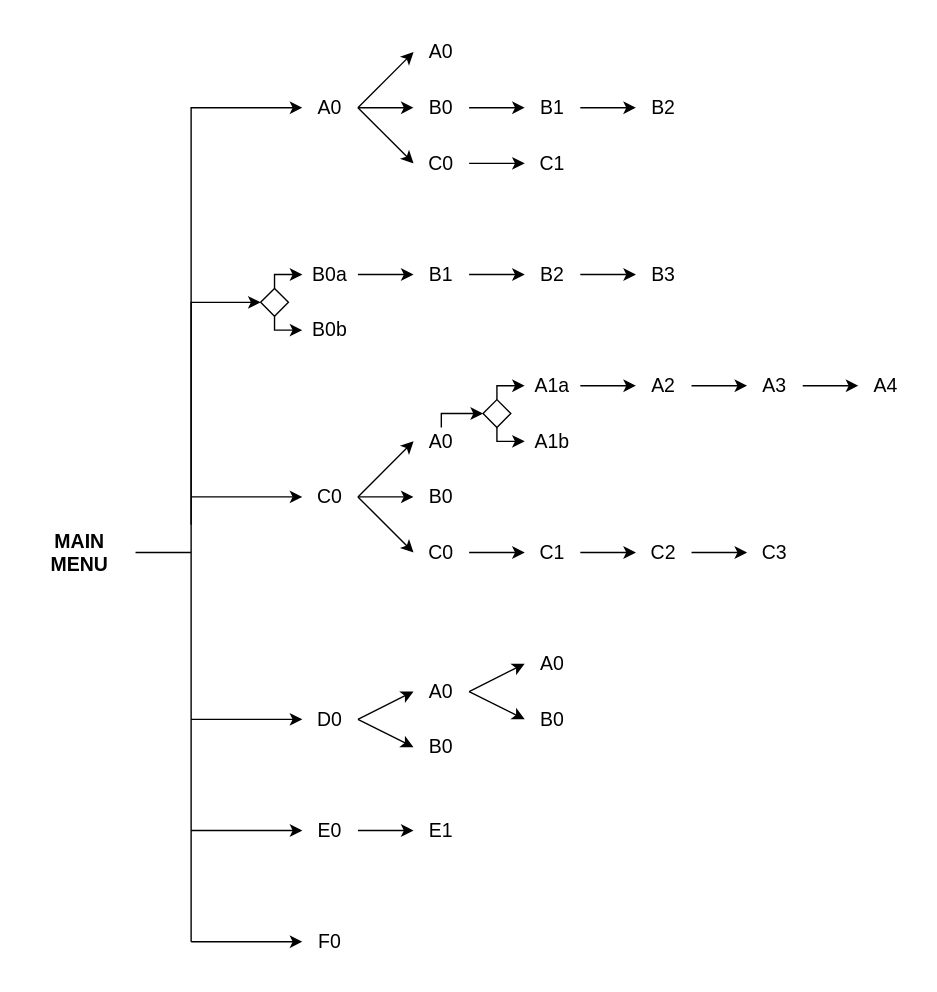
Before: Esquemas/draw/arbolSIMPLE.drawio in BrunoEdPerezS/sopaMENU, a draw.io diagram. Source tidied: cells renumbered, new cells numbered last; positions are measured from the earlier drawing's top-left corner, leaving out a move shared by most shapes. Both pictures are drawn from the tidied source at 139%, with x=0, y=0 at pixel (24, 24).
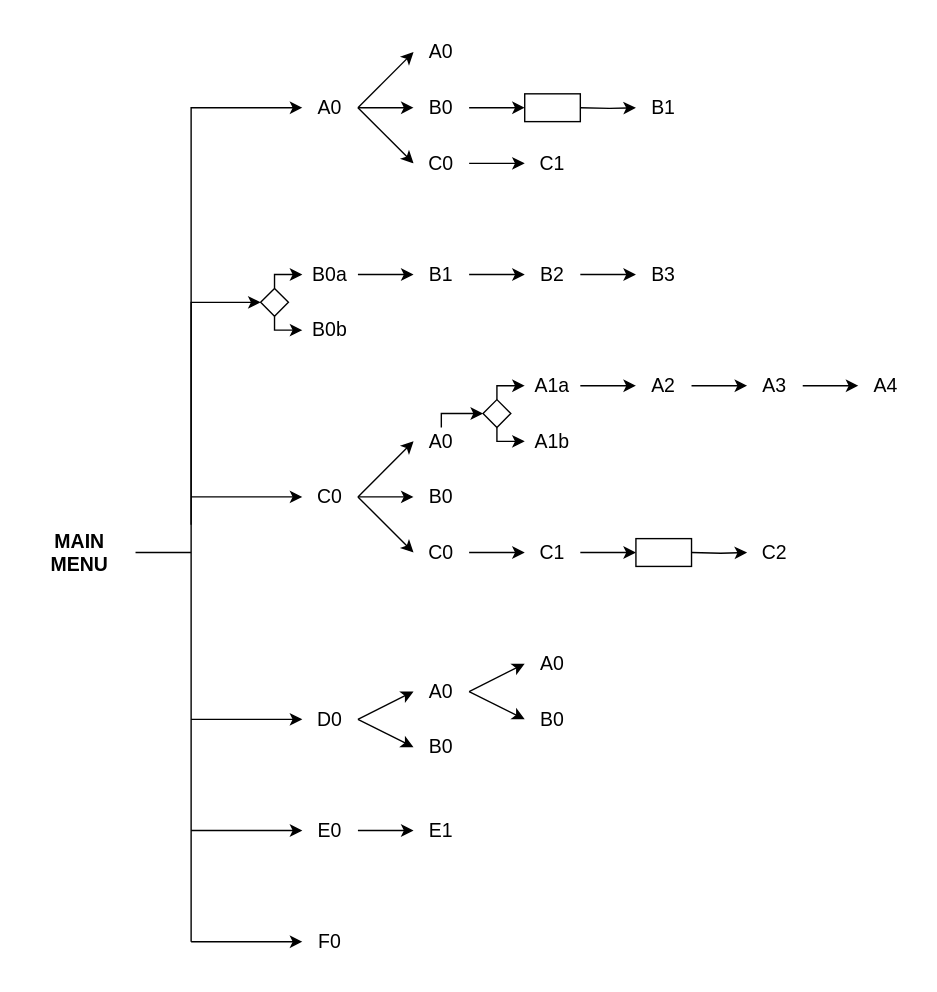
The same page after the edit.

The change refers to these unchanged cells:
```xml
<mxCell id="8" value="&lt;font style=&quot;font-size: 14px;&quot;&gt;B0&lt;/font&gt;" style="text;html=1;strokeColor=none;fillColor=none;align=center;verticalAlign=middle;whiteSpace=wrap;rounded=0;" parent="1" vertex="1">
  <mxGeometry x="280" y="40" width="40" height="40" as="geometry" />
</mxCell>
<mxCell id="36" value="&lt;span style=&quot;font-size: 14px;&quot;&gt;C1&lt;/span&gt;" style="text;html=1;strokeColor=none;fillColor=none;align=center;verticalAlign=middle;whiteSpace=wrap;rounded=0;" parent="1" vertex="1">
  <mxGeometry x="360" y="360" width="40" height="40" as="geometry" />
</mxCell>
```

What changed in the source:
```diff
@@
-    <mxCell id="7" style="edgeStyle=orthogonalEdgeStyle;rounded=0;jettySize=auto;html=1;entryX=0;entryY=0.5;entryDx=0;entryDy=0;" parent="1" edge="1" source="8" target="12">
-      <mxGeometry relative="1" as="geometry" />
+    <mxCell id="7" style="edgeStyle=orthogonalEdgeStyle;rounded=0;jettySize=auto;html=1;entryX=0;entryY=0.5;entryDx=0;entryDy=0;" parent="1" edge="1" source="8">
+      <mxGeometry relative="1" as="geometry">
+        <mxPoint x="360" y="60" as="targetPoint" />
+      </mxGeometry>
     </mxCell>
@@
-    <mxCell id="11" style="edgeStyle=orthogonalEdgeStyle;rounded=0;jettySize=auto;html=1;entryX=0;entryY=0.5;entryDx=0;entryDy=0;" parent="1" edge="1" source="12" target="13">
-      <mxGeometry relative="1" as="geometry" />
+    <mxCell id="11" style="edgeStyle=orthogonalEdgeStyle;rounded=0;jettySize=auto;html=1;entryX=0;entryY=0.5;entryDx=0;entryDy=0;" parent="1" edge="1" target="13">
+      <mxGeometry relative="1" as="geometry">
+        <mxPoint x="400" y="60" as="sourcePoint" />
+      </mxGeometry>
     </mxCell>
-    <mxCell id="12" value="&lt;font style=&quot;font-size: 14px;&quot;&gt;B1&lt;/font&gt;" style="text;html=1;strokeColor=none;fillColor=none;align=center;verticalAlign=middle;whiteSpace=wrap;rounded=0;" parent="1" vertex="1">
-      <mxGeometry x="360" y="40" width="40" height="40" as="geometry" />
-    </mxCell>
-    <mxCell id="13" value="&lt;font style=&quot;font-size: 14px;&quot;&gt;B2&lt;/font&gt;" style="text;html=1;strokeColor=none;fillColor=none;align=center;verticalAlign=middle;whiteSpace=wrap;rounded=0;" parent="1" vertex="1">
+    <mxCell id="13" value="&lt;font style=&quot;font-size: 14px;&quot;&gt;B1&lt;/font&gt;" style="text;html=1;strokeColor=none;fillColor=none;align=center;verticalAlign=middle;whiteSpace=wrap;rounded=0;" parent="1" vertex="1">
       <mxGeometry x="440" y="40" width="40" height="40" as="geometry" />
     </mxCell>
@@
-    <mxCell id="35" style="edgeStyle=orthogonalEdgeStyle;rounded=0;jettySize=auto;html=1;" parent="1" edge="1" source="36" target="38">
-      <mxGeometry relative="1" as="geometry" />
+    <mxCell id="35" style="edgeStyle=orthogonalEdgeStyle;rounded=0;jettySize=auto;html=1;" parent="1" edge="1" source="36">
+      <mxGeometry relative="1" as="geometry">
+        <mxPoint x="440" y="380" as="targetPoint" />
+      </mxGeometry>
     </mxCell>
@@
-    <mxCell id="37" style="edgeStyle=orthogonalEdgeStyle;rounded=0;jettySize=auto;html=1;" parent="1" edge="1" source="38" target="39">
-      <mxGeometry relative="1" as="geometry" />
+    <mxCell id="37" style="edgeStyle=orthogonalEdgeStyle;rounded=0;jettySize=auto;html=1;" parent="1" edge="1" target="39">
+      <mxGeometry relative="1" as="geometry">
+        <mxPoint x="480" y="380" as="sourcePoint" />
+      </mxGeometry>
     </mxCell>
-    <mxCell id="38" value="&lt;span style=&quot;font-size: 14px;&quot;&gt;C2&lt;/span&gt;" style="text;html=1;strokeColor=none;fillColor=none;align=center;verticalAlign=middle;whiteSpace=wrap;rounded=0;" parent="1" vertex="1">
-      <mxGeometry x="440" y="360" width="40" height="40" as="geometry" />
-    </mxCell>
-    <mxCell id="39" value="&lt;span style=&quot;font-size: 14px;&quot;&gt;C3&lt;/span&gt;" style="text;html=1;strokeColor=none;fillColor=none;align=center;verticalAlign=middle;whiteSpace=wrap;rounded=0;" parent="1" vertex="1">
+    <mxCell id="39" value="&lt;span style=&quot;font-size: 14px;&quot;&gt;C2&lt;/span&gt;" style="text;html=1;strokeColor=none;fillColor=none;align=center;verticalAlign=middle;whiteSpace=wrap;rounded=0;" parent="1" vertex="1">
       <mxGeometry x="520" y="360" width="40" height="40" as="geometry" />
     </mxCell>
@@
+    <mxCell id="72" style="rounded=0;whiteSpace=wrap;html=1;" parent="1" vertex="1">
+      <mxGeometry x="360" y="50" width="40" height="20" as="geometry" />
+    </mxCell>
+    <mxCell id="73" style="rounded=0;whiteSpace=wrap;html=1;" parent="1" vertex="1">
+      <mxGeometry x="440" y="370" width="40" height="20" as="geometry" />
+    </mxCell>
```
